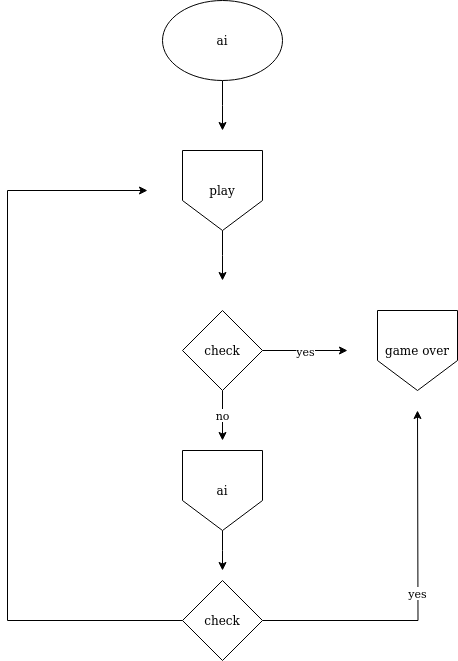
This is extra/ai.png from RahmaRubi/Connect-4, a draw.io export, as it was before one commit. Source tidied: cells renumbered, new cells last; positions are measured from the earlier drawing's top-left corner, leaving out a move shared by most shapes.
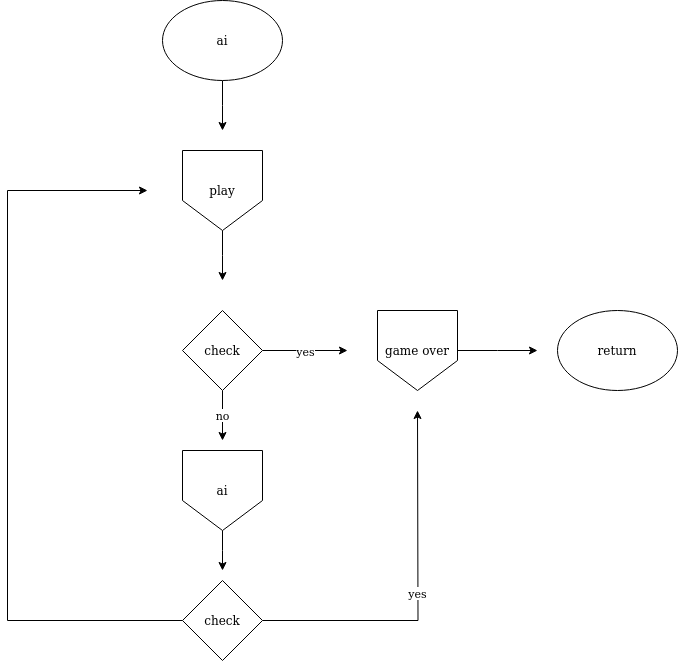
After the commit.

Commit message:
added ai play flowchart

What changed in the source:
```diff
@@ -39,6 +39,11 @@
     <mxCell id="10" value="ai" style="shape=offPageConnector;whiteSpace=wrap;html=1;" parent="1" vertex="1">
       <mxGeometry x="175" y="450" width="80" height="80" as="geometry" />
     </mxCell>
+    <mxCell id="15" style="edgeStyle=orthogonalEdgeStyle;rounded=0;jettySize=auto;html=1;" parent="1" edge="1" source="11">
+      <mxGeometry relative="1" as="geometry">
+        <mxPoint x="530" y="350" as="targetPoint" />
+      </mxGeometry>
+    </mxCell>
     <mxCell id="11" value="game over" style="shape=offPageConnector;whiteSpace=wrap;html=1;" parent="1" vertex="1">
       <mxGeometry x="370" y="310" width="80" height="80" as="geometry" />
     </mxCell>
@@ -58,5 +63,8 @@
     <mxCell id="14" value="check" style="rhombus;whiteSpace=wrap;html=1;" parent="1" vertex="1">
       <mxGeometry x="175" y="580" width="80" height="80" as="geometry" />
     </mxCell>
+    <mxCell id="16" value="return" style="ellipse;whiteSpace=wrap;html=1;" parent="1" vertex="1">
+      <mxGeometry x="550" y="310" width="120" height="80" as="geometry" />
+    </mxCell>
   </root>
 </mxGraphModel>
```
